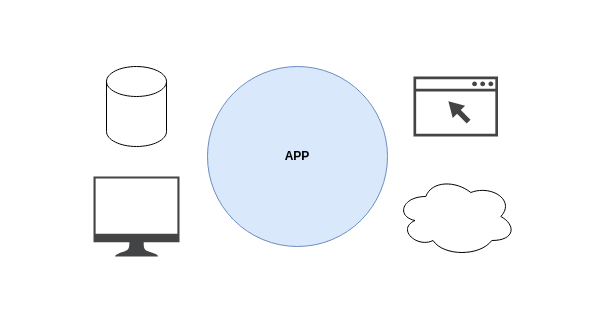
Before: page "App" (1 of 11) of diagrams/1.drawio in alicemunsal/dohex, a draw.io diagram. Source tidied: cells renumbered, new cells numbered last; positions are measured from the earlier drawing's top-left corner, leaving out a move shared by most shapes. Both pictures are drawn from the tidied source at 100%, with x=0, y=0 at pixel (93, 66).
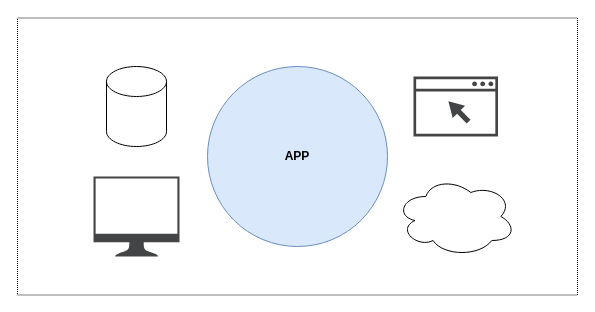
The same diagram, later.

Change to the diagram source:
```diff
@@
 <mxGraphModel>
   <root>
     <mxCell id="0" />
     <mxCell id="1" parent="0" />
+    <mxCell id="7" style="rounded=0;whiteSpace=wrap;html=1;fontSize=12;strokeWidth=1;dashed=1;dashPattern=1 1;perimeterSpacing=1;fillColor=none;" parent="1" vertex="1">
+      <mxGeometry x="-76" y="-48.5" width="560" height="277" as="geometry" />
+    </mxCell>
     <mxCell id="2" style="shape=cylinder3;whiteSpace=wrap;html=1;boundedLbl=1;backgroundOutline=1;size=15;" parent="1" vertex="1">
       <mxGeometry x="13" width="60" height="80" as="geometry" />
     </mxCell>
     <mxCell id="3" style="ellipse;shape=cloud;whiteSpace=wrap;html=1;" parent="1" vertex="1">
       <mxGeometry x="302.3" y="110" width="120" height="80" as="geometry" />
     </mxCell>
     <mxCell id="4" style="sketch=0;shadow=0;dashed=0;html=1;strokeColor=none;fillColor=#434445;labelPosition=center;verticalLabelPosition=bottom;verticalAlign=top;align=center;shape=mxgraph.vvd.web_browser;" parent="1" vertex="1">
       <mxGeometry x="320" y="10" width="84.5" height="60" as="geometry" />
     </mxCell>
     <mxCell id="5" style="sketch=0;shadow=0;dashed=0;html=1;strokeColor=none;fillColor=#434445;labelPosition=center;verticalLabelPosition=bottom;verticalAlign=top;align=center;shape=mxgraph.vvd.monitor;" parent="1" vertex="1">
       <mxGeometry y="110" width="86" height="80" as="geometry" />
     </mxCell>
     <mxCell id="6" value="APP" style="ellipse;whiteSpace=wrap;html=1;fontSize=12;fillColor=#dae8fc;strokeColor=#6c8ebf;fontStyle=1;" parent="1" vertex="1">
       <mxGeometry x="114" width="180" height="180" as="geometry" />
     </mxCell>
   </root>
 </mxGraphModel>
```
